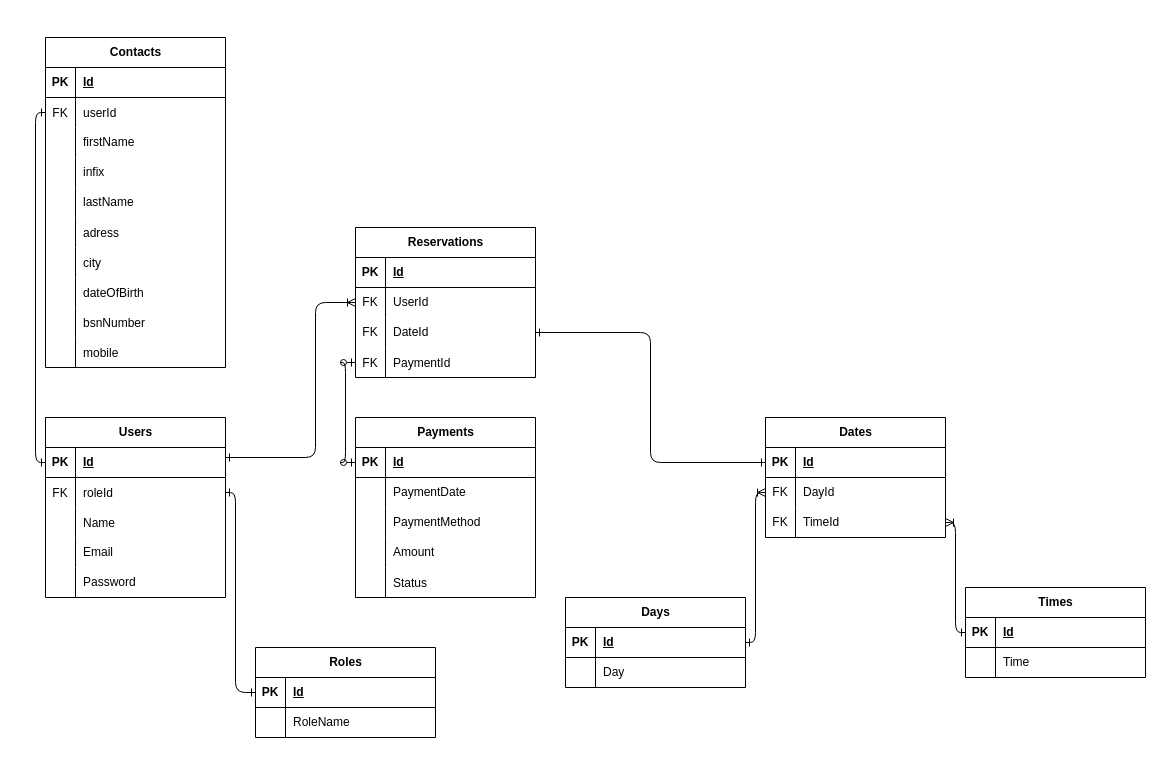
The draw.io diagram database/erd.drawio in BleuSkell/windkracht12, before the edit. Source tidied: cells renumbered, new cells numbered last; positions are measured from the earlier drawing's top-left corner, leaving out a move shared by most shapes. Both pictures are drawn from the tidied source at 100%, with x=0, y=0 at pixel (35, 37).
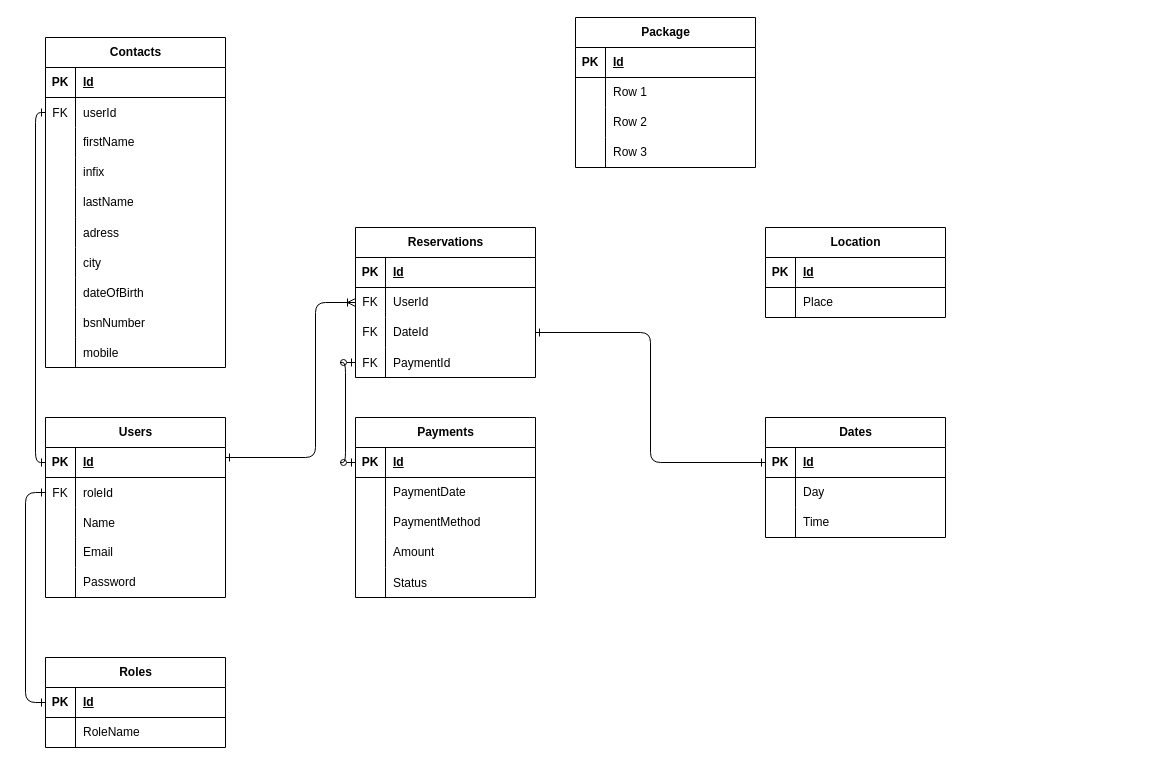
After the change.

Commit message (it also covers changes not shown here):
quick commit before I try something drastic

The change refers to these unchanged cells:
```xml
<mxCell id="6" style="shape=tableRow;horizontal=0;startSize=0;swimlaneHead=0;swimlaneBody=0;fillColor=none;points=[[0,0.5],[1,0.5]];portConstraint=eastwest;top=0;left=0;right=0;bottom=0;" parent="2" vertex="1">
  <mxGeometry y="60" width="180" height="30" as="geometry" />
</mxCell>
<mxCell id="19" style="shape=tableRow;horizontal=0;startSize=0;swimlaneHead=0;swimlaneBody=0;fillColor=none;points=[[0,0.5],[1,0.5]];portConstraint=eastwest;top=0;left=0;right=0;bottom=1;" parent="18" vertex="1">
  <mxGeometry y="30" width="180" height="30" as="geometry" />
</mxCell>
<mxCell id="57" style="shape=tableRow;horizontal=0;startSize=0;swimlaneHead=0;swimlaneBody=0;fillColor=none;points=[[0,0.5],[1,0.5]];portConstraint=eastwest;top=0;left=0;right=0;bottom=0;" parent="53" vertex="1">
  <mxGeometry y="60" width="180" height="30" as="geometry" />
</mxCell>
<mxCell id="60" style="shape=tableRow;horizontal=0;startSize=0;swimlaneHead=0;swimlaneBody=0;fillColor=none;points=[[0,0.5],[1,0.5]];portConstraint=eastwest;top=0;left=0;right=0;bottom=0;" parent="53" vertex="1">
  <mxGeometry y="90" width="180" height="30" as="geometry" />
</mxCell>
```

Change to the diagram source:
```diff
@@
     <mxCell id="18" value="Roles" style="shape=table;startSize=30;childLayout=tableLayout;rowLines=0;fontStyle=1;align=center;html=1;" parent="1" vertex="1">
-      <mxGeometry x="220" y="610" width="180" height="90" as="geometry" />
+      <mxGeometry x="10" y="620" width="180" height="90" as="geometry" />
     </mxCell>
@@
-    <mxCell id="38" value="Days" style="shape=table;startSize=30;childLayout=tableLayout;rowLines=0;fontStyle=1;align=center;html=1;" parent="1" vertex="1">
-      <mxGeometry x="530" y="560" width="180" height="90" as="geometry" />
-    </mxCell>
-    <mxCell id="39" style="shape=tableRow;horizontal=0;startSize=0;swimlaneHead=0;swimlaneBody=0;fillColor=none;points=[[0,0.5],[1,0.5]];portConstraint=eastwest;top=0;left=0;right=0;bottom=1;" parent="38" vertex="1">
-      <mxGeometry y="30" width="180" height="30" as="geometry" />
-    </mxCell>
-    <mxCell id="40" value="PK" style="shape=partialRectangle;fillColor=none;top=0;left=0;bottom=0;right=0;fontStyle=1;overflow=hidden;whiteSpace=wrap;html=1;" parent="39" vertex="1">
-      <mxGeometry width="30" height="30" as="geometry" />
-    </mxCell>
-    <mxCell id="41" value="Id" style="shape=partialRectangle;fillColor=none;top=0;left=0;bottom=0;right=0;align=left;spacingLeft=6;fontStyle=5;overflow=hidden;whiteSpace=wrap;html=1;" parent="39" vertex="1">
-      <mxGeometry x="30" width="150" height="30" as="geometry" />
-    </mxCell>
-    <mxCell id="42" style="shape=tableRow;horizontal=0;startSize=0;swimlaneHead=0;swimlaneBody=0;fillColor=none;top=0;left=0;right=0;bottom=0;" parent="38" vertex="1">
-      <mxGeometry y="60" width="180" height="30" as="geometry" />
-    </mxCell>
-    <mxCell id="43" style="shape=partialRectangle;fillColor=none;top=0;left=0;bottom=0;right=0;overflow=hidden;whiteSpace=wrap;html=1;" parent="42" vertex="1">
-      <mxGeometry width="30" height="30" as="geometry" />
-    </mxCell>
-    <mxCell id="44" value="Day" style="shape=partialRectangle;fillColor=none;top=0;left=0;bottom=0;right=0;align=left;spacingLeft=6;overflow=hidden;whiteSpace=wrap;html=1;" parent="42" vertex="1">
-      <mxGeometry x="30" width="150" height="30" as="geometry" />
-    </mxCell>
-    <mxCell id="45" style="edgeStyle=orthogonalEdgeStyle;html=1;startArrow=ERone;startFill=0;endArrow=ERoneToMany;endFill=0;" parent="1" edge="1" source="46" target="60">
-      <mxGeometry relative="1" as="geometry">
-        <Array as="points">
-          <mxPoint x="920" y="595" />
-          <mxPoint x="920" y="485" />
-        </Array>
-      </mxGeometry>
-    </mxCell>
-    <mxCell id="46" value="Times" style="shape=table;startSize=30;childLayout=tableLayout;rowLines=0;fontStyle=1;align=center;html=1;" parent="1" vertex="1">
-      <mxGeometry x="930" y="550" width="180" height="90" as="geometry" />
-    </mxCell>
-    <mxCell id="47" style="shape=tableRow;horizontal=0;startSize=0;swimlaneHead=0;swimlaneBody=0;fillColor=none;top=0;left=0;right=0;bottom=1;" parent="46" vertex="1">
-      <mxGeometry y="30" width="180" height="30" as="geometry" />
-    </mxCell>
-    <mxCell id="48" value="PK" style="shape=partialRectangle;fillColor=none;top=0;left=0;bottom=0;right=0;fontStyle=1;overflow=hidden;whiteSpace=wrap;html=1;" parent="47" vertex="1">
-      <mxGeometry width="30" height="30" as="geometry" />
-    </mxCell>
-    <mxCell id="49" value="Id" style="shape=partialRectangle;fillColor=none;top=0;left=0;bottom=0;right=0;align=left;spacingLeft=6;fontStyle=5;overflow=hidden;whiteSpace=wrap;html=1;" parent="47" vertex="1">
-      <mxGeometry x="30" width="150" height="30" as="geometry" />
-    </mxCell>
-    <mxCell id="50" style="shape=tableRow;horizontal=0;startSize=0;swimlaneHead=0;swimlaneBody=0;fillColor=none;top=0;left=0;right=0;bottom=0;" parent="46" vertex="1">
-      <mxGeometry y="60" width="180" height="30" as="geometry" />
-    </mxCell>
-    <mxCell id="51" style="shape=partialRectangle;fillColor=none;top=0;left=0;bottom=0;right=0;overflow=hidden;whiteSpace=wrap;html=1;" parent="50" vertex="1">
-      <mxGeometry width="30" height="30" as="geometry" />
-    </mxCell>
-    <mxCell id="52" value="Time" style="shape=partialRectangle;fillColor=none;top=0;left=0;bottom=0;right=0;align=left;spacingLeft=6;overflow=hidden;whiteSpace=wrap;html=1;" parent="50" vertex="1">
-      <mxGeometry x="30" width="150" height="30" as="geometry" />
-    </mxCell>
@@
-    <mxCell id="58" value="FK" style="shape=partialRectangle;fillColor=none;top=0;left=0;bottom=0;right=0;overflow=hidden;whiteSpace=wrap;html=1;" parent="57" vertex="1">
+    <mxCell id="58" style="shape=partialRectangle;fillColor=none;top=0;left=0;bottom=0;right=0;overflow=hidden;whiteSpace=wrap;html=1;" parent="57" vertex="1">
       <mxGeometry width="30" height="30" as="geometry" />
     </mxCell>
-    <mxCell id="59" value="DayId" style="shape=partialRectangle;fillColor=none;top=0;left=0;bottom=0;right=0;align=left;spacingLeft=6;overflow=hidden;whiteSpace=wrap;html=1;" parent="57" vertex="1">
+    <mxCell id="59" value="Day" style="shape=partialRectangle;fillColor=none;top=0;left=0;bottom=0;right=0;align=left;spacingLeft=6;overflow=hidden;whiteSpace=wrap;html=1;" parent="57" vertex="1">
       <mxGeometry x="30" width="150" height="30" as="geometry" />
     </mxCell>
@@
-    <mxCell id="61" value="FK" style="shape=partialRectangle;fillColor=none;top=0;left=0;bottom=0;right=0;overflow=hidden;whiteSpace=wrap;html=1;" parent="60" vertex="1">
+    <mxCell id="61" style="shape=partialRectangle;fillColor=none;top=0;left=0;bottom=0;right=0;overflow=hidden;whiteSpace=wrap;html=1;" parent="60" vertex="1">
       <mxGeometry width="30" height="30" as="geometry" />
     </mxCell>
-    <mxCell id="62" value="TimeId" style="shape=partialRectangle;fillColor=none;top=0;left=0;bottom=0;right=0;align=left;spacingLeft=6;overflow=hidden;whiteSpace=wrap;html=1;" parent="60" vertex="1">
+    <mxCell id="62" value="Time" style="shape=partialRectangle;fillColor=none;top=0;left=0;bottom=0;right=0;align=left;spacingLeft=6;overflow=hidden;whiteSpace=wrap;html=1;" parent="60" vertex="1">
       <mxGeometry x="30" width="150" height="30" as="geometry" />
     </mxCell>
-    <mxCell id="63" style="edgeStyle=orthogonalEdgeStyle;html=1;endArrow=ERoneToMany;endFill=0;startArrow=ERone;startFill=0;" parent="1" edge="1" source="39" target="57">
-      <mxGeometry relative="1" as="geometry" />
-    </mxCell>
@@
     <mxCell id="83" style="edgeStyle=orthogonalEdgeStyle;html=1;startArrow=ERone;startFill=0;endArrow=ERone;endFill=0;" parent="1" edge="1" source="6" target="19">
       <mxGeometry relative="1" as="geometry">
         <Array as="points">
-          <mxPoint x="200" y="455" />
-          <mxPoint x="200" y="655" />
+          <mxPoint x="-10" y="455" />
+          <mxPoint x="-10" y="665" />
         </Array>
       </mxGeometry>
     </mxCell>
@@
+    <mxCell id="116" value="Location" style="shape=table;startSize=30;childLayout=tableLayout;rowLines=0;fontStyle=1;align=center;html=1;" parent="1" vertex="1">
+      <mxGeometry x="730" y="190" width="180" height="90" as="geometry" />
+    </mxCell>
+    <mxCell id="117" style="shape=tableRow;horizontal=0;startSize=0;swimlaneHead=0;swimlaneBody=0;fillColor=none;top=0;left=0;right=0;bottom=1;" parent="116" vertex="1">
+      <mxGeometry y="30" width="180" height="30" as="geometry" />
+    </mxCell>
+    <mxCell id="118" value="PK" style="shape=partialRectangle;fillColor=none;top=0;left=0;bottom=0;right=0;fontStyle=1;overflow=hidden;whiteSpace=wrap;html=1;" parent="117" vertex="1">
+      <mxGeometry width="30" height="30" as="geometry" />
+    </mxCell>
+    <mxCell id="119" value="Id" style="shape=partialRectangle;fillColor=none;top=0;left=0;bottom=0;right=0;align=left;spacingLeft=6;fontStyle=5;overflow=hidden;whiteSpace=wrap;html=1;" parent="117" vertex="1">
+      <mxGeometry x="30" width="150" height="30" as="geometry" />
+    </mxCell>
+    <mxCell id="120" style="shape=tableRow;horizontal=0;startSize=0;swimlaneHead=0;swimlaneBody=0;fillColor=none;top=0;left=0;right=0;bottom=0;" parent="116" vertex="1">
+      <mxGeometry y="60" width="180" height="30" as="geometry" />
+    </mxCell>
+    <mxCell id="121" style="shape=partialRectangle;fillColor=none;top=0;left=0;bottom=0;right=0;overflow=hidden;whiteSpace=wrap;html=1;" parent="120" vertex="1">
+      <mxGeometry width="30" height="30" as="geometry" />
+    </mxCell>
+    <mxCell id="122" value="Place" style="shape=partialRectangle;fillColor=none;top=0;left=0;bottom=0;right=0;align=left;spacingLeft=6;overflow=hidden;whiteSpace=wrap;html=1;" parent="120" vertex="1">
+      <mxGeometry x="30" width="150" height="30" as="geometry" />
+    </mxCell>
+    <mxCell id="123" value="Package" style="shape=table;startSize=30;childLayout=tableLayout;rowLines=0;fontStyle=1;align=center;html=1;" parent="1" vertex="1">
+      <mxGeometry x="540" y="-20" width="180" height="150" as="geometry" />
+    </mxCell>
+    <mxCell id="124" style="shape=tableRow;horizontal=0;startSize=0;swimlaneHead=0;swimlaneBody=0;fillColor=none;top=0;left=0;right=0;bottom=1;" parent="123" vertex="1">
+      <mxGeometry y="30" width="180" height="30" as="geometry" />
+    </mxCell>
+    <mxCell id="125" value="PK" style="shape=partialRectangle;fillColor=none;top=0;left=0;bottom=0;right=0;fontStyle=1;overflow=hidden;whiteSpace=wrap;html=1;" parent="124" vertex="1">
+      <mxGeometry width="30" height="30" as="geometry" />
+    </mxCell>
+    <mxCell id="126" value="Id" style="shape=partialRectangle;fillColor=none;top=0;left=0;bottom=0;right=0;align=left;spacingLeft=6;fontStyle=5;overflow=hidden;whiteSpace=wrap;html=1;" parent="124" vertex="1">
+      <mxGeometry x="30" width="150" height="30" as="geometry" />
+    </mxCell>
+    <mxCell id="127" style="shape=tableRow;horizontal=0;startSize=0;swimlaneHead=0;swimlaneBody=0;fillColor=none;top=0;left=0;right=0;bottom=0;" parent="123" vertex="1">
+      <mxGeometry y="60" width="180" height="30" as="geometry" />
+    </mxCell>
+    <mxCell id="128" style="shape=partialRectangle;fillColor=none;top=0;left=0;bottom=0;right=0;overflow=hidden;whiteSpace=wrap;html=1;" parent="127" vertex="1">
+      <mxGeometry width="30" height="30" as="geometry" />
+    </mxCell>
+    <mxCell id="129" value="Row 1" style="shape=partialRectangle;fillColor=none;top=0;left=0;bottom=0;right=0;align=left;spacingLeft=6;overflow=hidden;whiteSpace=wrap;html=1;" parent="127" vertex="1">
+      <mxGeometry x="30" width="150" height="30" as="geometry" />
+    </mxCell>
+    <mxCell id="130" style="shape=tableRow;horizontal=0;startSize=0;swimlaneHead=0;swimlaneBody=0;fillColor=none;top=0;left=0;right=0;bottom=0;" parent="123" vertex="1">
+      <mxGeometry y="90" width="180" height="30" as="geometry" />
+    </mxCell>
+    <mxCell id="131" style="shape=partialRectangle;fillColor=none;top=0;left=0;bottom=0;right=0;overflow=hidden;whiteSpace=wrap;html=1;" parent="130" vertex="1">
+      <mxGeometry width="30" height="30" as="geometry" />
+    </mxCell>
+    <mxCell id="132" value="Row 2" style="shape=partialRectangle;fillColor=none;top=0;left=0;bottom=0;right=0;align=left;spacingLeft=6;overflow=hidden;whiteSpace=wrap;html=1;" parent="130" vertex="1">
+      <mxGeometry x="30" width="150" height="30" as="geometry" />
+    </mxCell>
+    <mxCell id="133" style="shape=tableRow;horizontal=0;startSize=0;swimlaneHead=0;swimlaneBody=0;fillColor=none;top=0;left=0;right=0;bottom=0;" parent="123" vertex="1">
+      <mxGeometry y="120" width="180" height="30" as="geometry" />
+    </mxCell>
+    <mxCell id="134" style="shape=partialRectangle;fillColor=none;top=0;left=0;bottom=0;right=0;overflow=hidden;whiteSpace=wrap;html=1;" parent="133" vertex="1">
+      <mxGeometry width="30" height="30" as="geometry" />
+    </mxCell>
+    <mxCell id="135" value="Row 3" style="shape=partialRectangle;fillColor=none;top=0;left=0;bottom=0;right=0;align=left;spacingLeft=6;overflow=hidden;whiteSpace=wrap;html=1;" parent="133" vertex="1">
+      <mxGeometry x="30" width="150" height="30" as="geometry" />
+    </mxCell>
```
